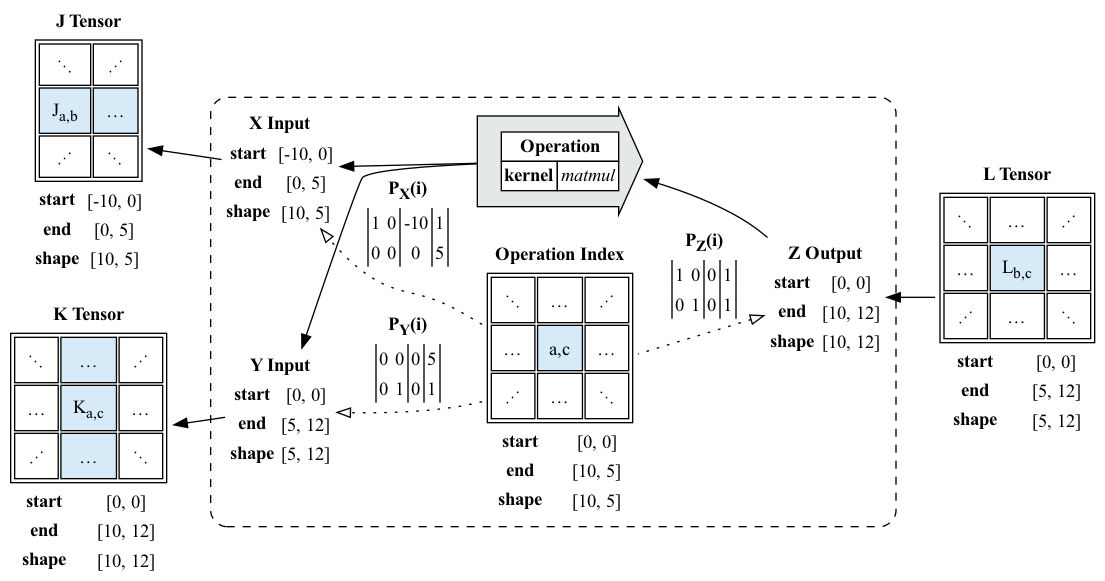
This is docs/PolyhedralTypes/PolyhedralTypeSignatures/matmul.example.dot.png from crutcher/tapestry, a Graphviz export, as it was before one commit. Its source is kept beside it as docs/PolyhedralTypes/PolyhedralTypeSignatures/matmul.example.dot.
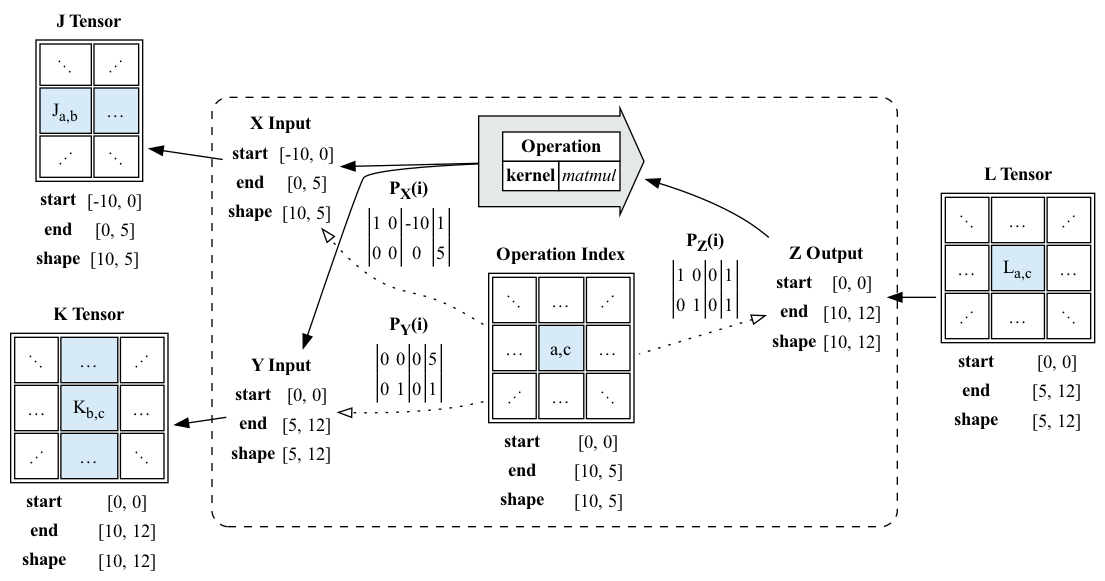
Later version of the same file.

Change to the diagram source:
```diff
@@ -43,7 +43,7 @@
                 </tr>
             <tr>
                 <td>…</td>
-                <td bgcolor="#D6EAF8">K<sub>a,c</sub></td>
+                <td bgcolor="#D6EAF8">K<sub>b,c</sub></td>
                 <td>…</td>
                 </tr>
             <tr>
@@ -75,7 +75,7 @@
                 </tr>
             <tr>
                 <td>…</td>
-                <td bgcolor="#D6EAF8">L<sub>b,c</sub></td>
+                <td bgcolor="#D6EAF8">L<sub>a,c</sub></td>
                 <td>…</td>
                 </tr>
             <tr>
```
